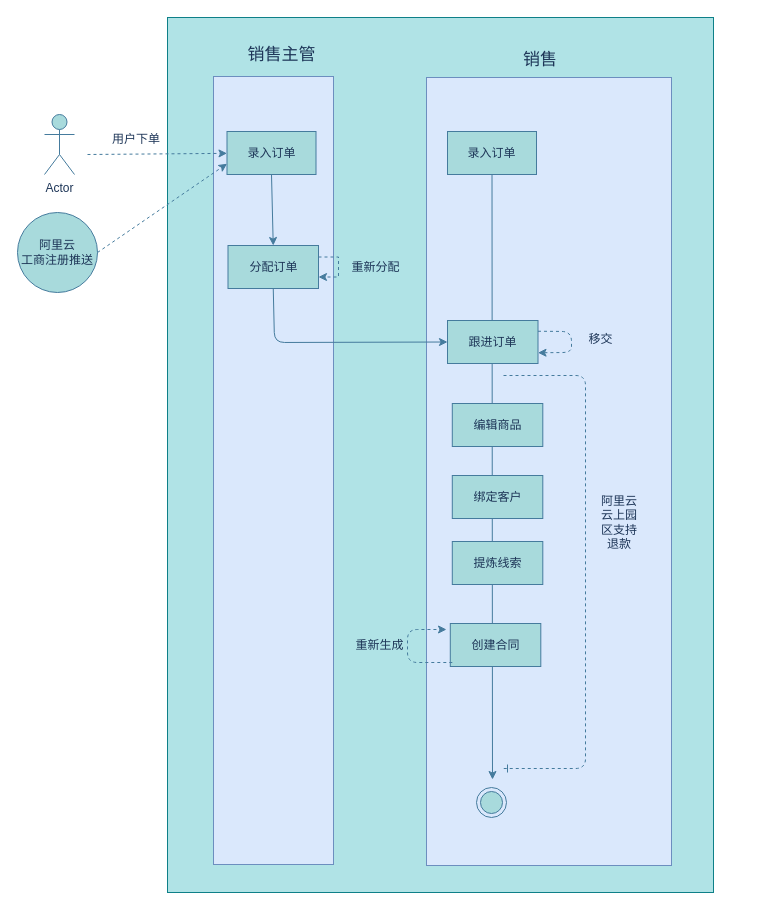
Earlier version of the draw.io diagram 鹊桥流程图.drawio (zhaoershuang/flow-chart). Source tidied: cells renumbered, new cells numbered last; positions are measured from the earlier drawing's top-left corner, leaving out a move shared by most shapes. Both pictures are drawn from the tidied source at 100%, with x=0, y=0 at pixel (17, 17).
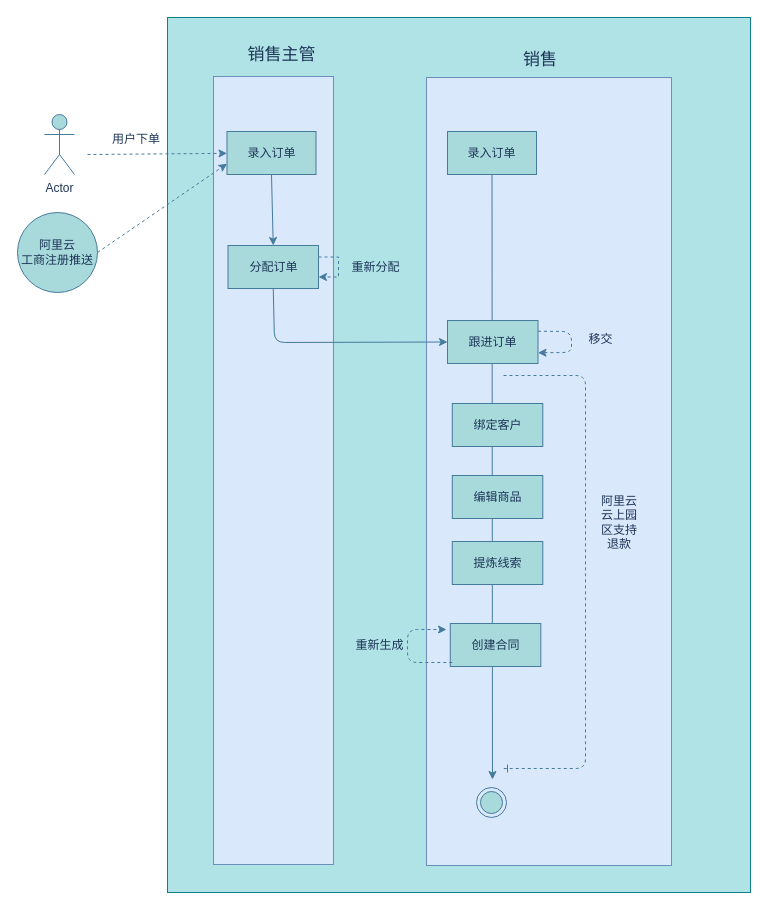
The same diagram, later.

Commit message (it also covers changes not shown here):
更新鹊桥流程图.drawio

Change to the diagram source:
```diff
@@
     <mxCell id="2" style="rounded=0;whiteSpace=wrap;html=1;fillColor=#b0e3e6;strokeColor=#0e8088;" parent="1" vertex="1">
-      <mxGeometry x="150" width="546" height="875" as="geometry" />
+      <mxGeometry x="150" width="583" height="875" as="geometry" />
     </mxCell>
@@
-    <mxCell id="25" value="编辑商品" style="rounded=0;whiteSpace=wrap;html=1;fillColor=#A8DADC;strokeColor=#457B9D;fontColor=#1D3557;" parent="1" vertex="1">
+    <mxCell id="25" value="绑定客户" style="rounded=0;whiteSpace=wrap;html=1;fillColor=#A8DADC;strokeColor=#457B9D;fontColor=#1D3557;" parent="1" vertex="1">
       <mxGeometry x="434.8" y="386" width="90.5" height="43" as="geometry" />
     </mxCell>
-    <mxCell id="26" value="绑定客户" style="rounded=0;whiteSpace=wrap;html=1;fillColor=#A8DADC;strokeColor=#457B9D;fontColor=#1D3557;" parent="1" vertex="1">
+    <mxCell id="26" value="编辑商品" style="rounded=0;whiteSpace=wrap;html=1;fillColor=#A8DADC;strokeColor=#457B9D;fontColor=#1D3557;" parent="1" vertex="1">
       <mxGeometry x="434.8" y="458" width="90.5" height="43" as="geometry" />
     </mxCell>
```
